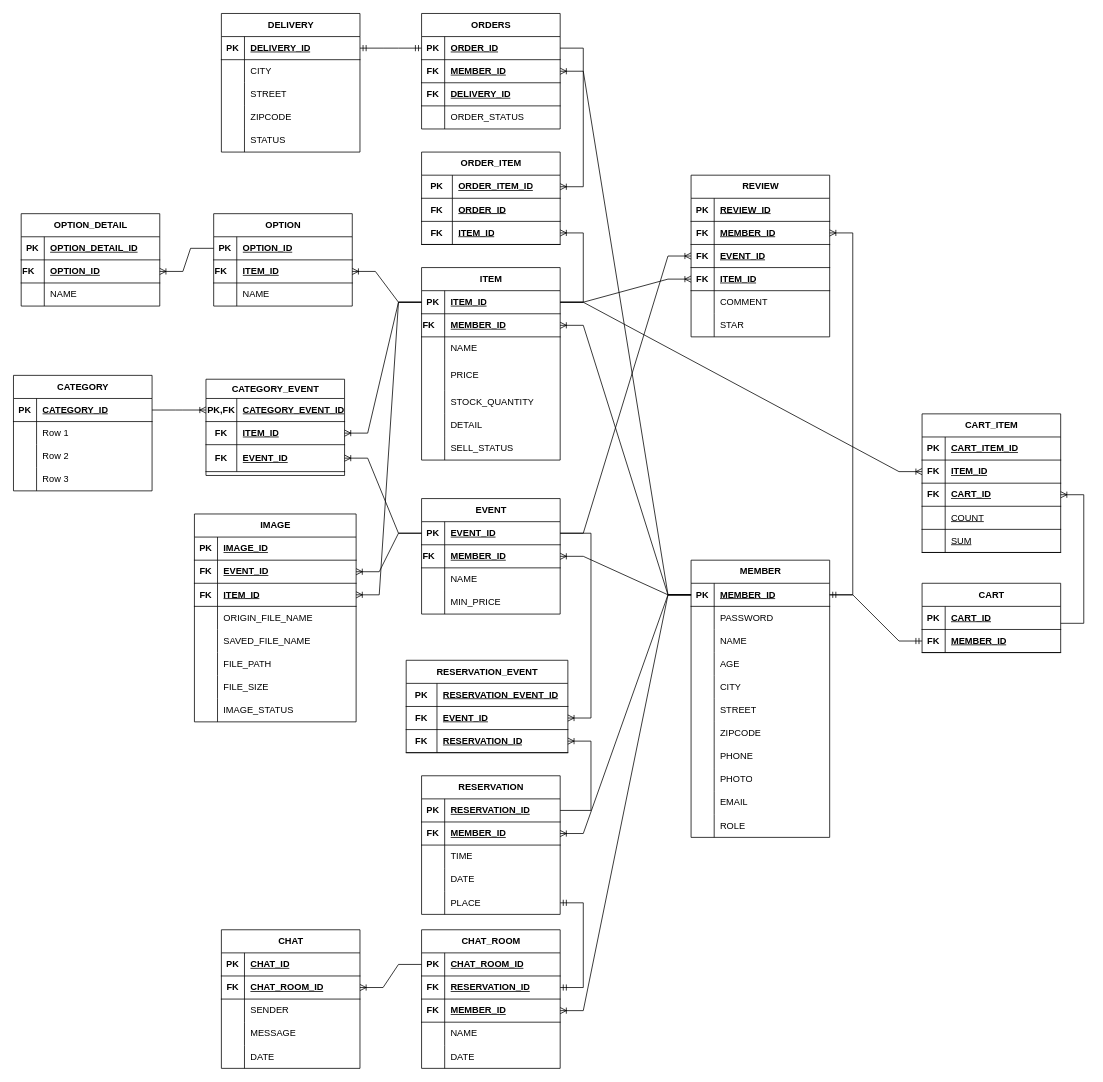
leeheeweon/EventLink keeps this draw.io diagram as EventLinkERD.drawio. Above is the earlier version. Source tidied: cells renumbered, new cells numbered last; positions are measured from the earlier drawing's top-left corner, leaving out a move shared by most shapes. Both pictures are drawn from the tidied source at 77%, with x=0, y=0 at pixel (13, 13).
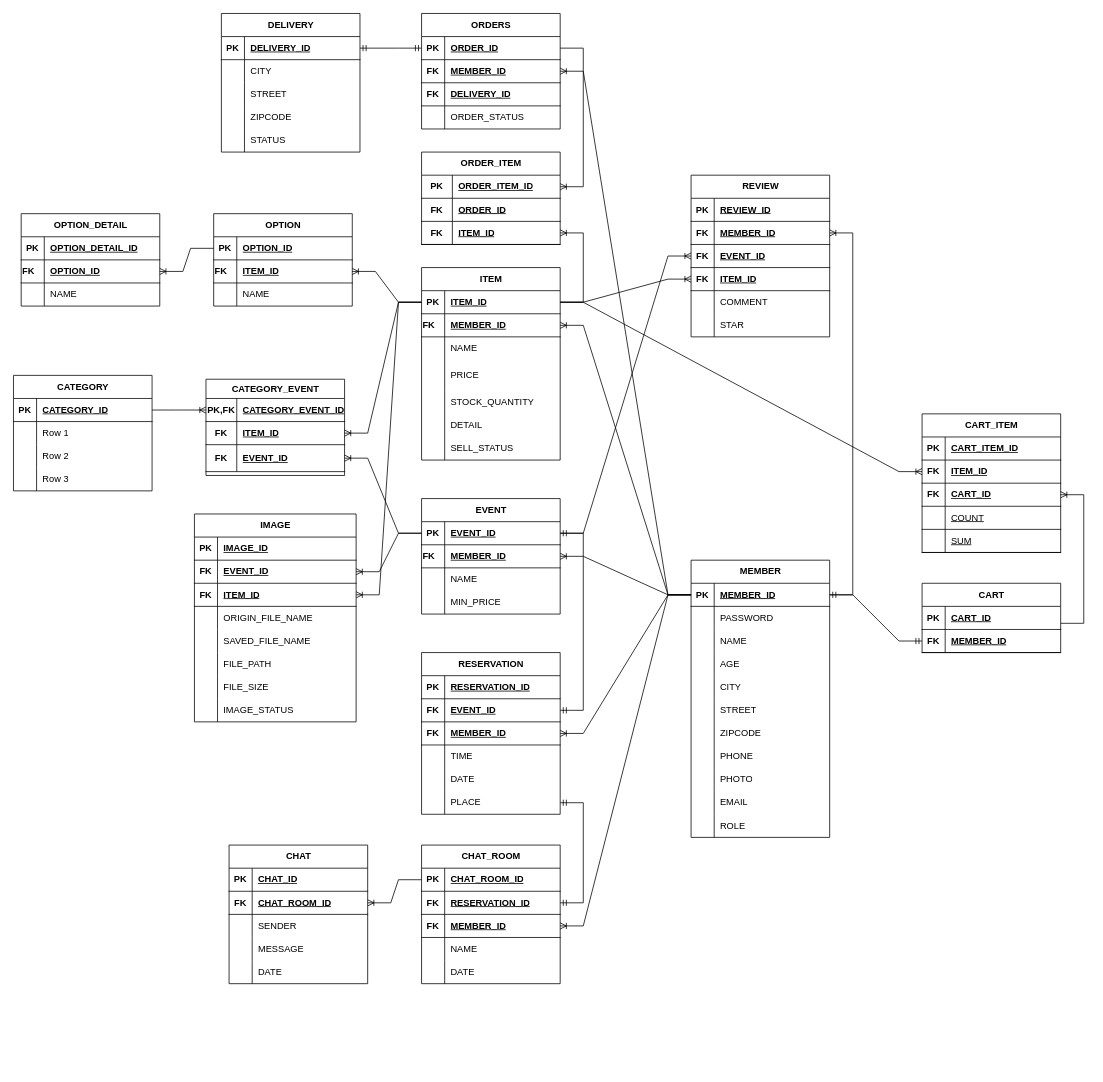
After the change.

Unchanged cells that the change refers to:
```xml
<mxCell id="3" style="shape=tableRow;horizontal=0;startSize=0;swimlaneHead=0;swimlaneBody=0;fillColor=none;points=[[0,0.5],[1,0.5]];portConstraint=eastwest;top=0;left=0;right=0;bottom=1;" parent="2" vertex="1">
  <mxGeometry y="30" width="180" height="30" as="geometry" />
</mxCell>
<mxCell id="59" style="shape=tableRow;horizontal=0;startSize=0;swimlaneHead=0;swimlaneBody=0;fillColor=none;points=[[0,0.5],[1,0.5]];portConstraint=eastwest;top=0;left=0;right=0;bottom=1;" parent="58" vertex="1">
  <mxGeometry y="30" width="180" height="30" as="geometry" />
</mxCell>
<mxCell id="62" style="shape=tableRow;horizontal=0;startSize=0;swimlaneHead=0;swimlaneBody=0;fillColor=none;points=[[0,0.5],[1,0.5]];portConstraint=eastwest;top=0;left=0;right=0;bottom=1;" parent="58" vertex="1">
  <mxGeometry y="60" width="180" height="30" as="geometry" />
</mxCell>
<mxCell id="116" style="shape=tableRow;horizontal=0;startSize=0;swimlaneHead=0;swimlaneBody=0;fillColor=none;points=[[0,0.5],[1,0.5]];portConstraint=eastwest;top=0;left=0;right=0;bottom=1;" parent="115" vertex="1">
  <mxGeometry y="30" width="180" height="30" as="geometry" />
</mxCell>
```

What changed in the source:
```diff
@@
     <mxCell id="58" value="RESERVATION" style="shape=table;startSize=30;childLayout=tableLayout;rowLines=0;fontStyle=1;align=center;html=1;" parent="1" vertex="1">
-      <mxGeometry x="530" y="990" width="180" height="180" as="geometry" />
+      <mxGeometry x="530" y="830" width="180" height="210" as="geometry" />
     </mxCell>
@@
-    <mxCell id="64" value="MEMBER_ID" style="shape=partialRectangle;fillColor=none;top=0;left=0;bottom=0;right=0;align=left;spacingLeft=6;fontStyle=5;overflow=hidden;whiteSpace=wrap;html=1;" parent="62" vertex="1">
+    <mxCell id="64" value="EVENT_ID" style="shape=partialRectangle;fillColor=none;top=0;left=0;bottom=0;right=0;align=left;spacingLeft=6;fontStyle=5;overflow=hidden;whiteSpace=wrap;html=1;" parent="62" vertex="1">
       <mxGeometry x="30" width="150" height="30" as="geometry" />
     </mxCell>
+    <mxCell id="303" style="shape=tableRow;horizontal=0;startSize=0;swimlaneHead=0;swimlaneBody=0;fillColor=none;points=[[0,0.5],[1,0.5]];portConstraint=eastwest;top=0;left=0;right=0;bottom=1;" parent="58" vertex="1">
+      <mxGeometry y="90" width="180" height="30" as="geometry" />
+    </mxCell>
+    <mxCell id="304" value="FK" style="shape=partialRectangle;fillColor=none;top=0;left=0;bottom=0;right=0;fontStyle=1;overflow=hidden;whiteSpace=wrap;html=1;" parent="303" vertex="1">
+      <mxGeometry width="30" height="30" as="geometry" />
+    </mxCell>
+    <mxCell id="305" value="MEMBER_ID" style="shape=partialRectangle;fillColor=none;top=0;left=0;bottom=0;right=0;align=left;spacingLeft=6;fontStyle=5;overflow=hidden;whiteSpace=wrap;html=1;" parent="303" vertex="1">
+      <mxGeometry x="30" width="150" height="30" as="geometry" />
+    </mxCell>
     <mxCell id="65" style="shape=tableRow;horizontal=0;startSize=0;swimlaneHead=0;swimlaneBody=0;fillColor=none;top=0;left=0;right=0;bottom=0;" parent="58" vertex="1">
-      <mxGeometry y="90" width="180" height="30" as="geometry" />
+      <mxGeometry y="120" width="180" height="30" as="geometry" />
     </mxCell>
@@
     <mxCell id="68" style="shape=tableRow;horizontal=0;startSize=0;swimlaneHead=0;swimlaneBody=0;fillColor=none;top=0;left=0;right=0;bottom=0;" parent="58" vertex="1">
-      <mxGeometry y="120" width="180" height="30" as="geometry" />
+      <mxGeometry y="150" width="180" height="30" as="geometry" />
     </mxCell>
@@
     <mxCell id="71" style="shape=tableRow;horizontal=0;startSize=0;swimlaneHead=0;swimlaneBody=0;fillColor=none;points=[[0,0.5],[1,0.5]];portConstraint=eastwest;top=0;left=0;right=0;bottom=0;" parent="58" vertex="1">
-      <mxGeometry y="150" width="180" height="30" as="geometry" />
+      <mxGeometry y="180" width="180" height="30" as="geometry" />
     </mxCell>
@@
-    <mxCell id="76" value="RESERVATION_EVENT" style="shape=table;startSize=30;childLayout=tableLayout;rowLines=0;fontStyle=1;align=center;html=1;" parent="1" vertex="1">
-      <mxGeometry x="510" y="840" width="210" height="120" as="geometry" />
-    </mxCell>
-    <mxCell id="77" style="shape=tableRow;horizontal=0;startSize=0;swimlaneHead=0;swimlaneBody=0;fillColor=none;top=0;left=0;right=0;bottom=1;" parent="76" vertex="1">
-      <mxGeometry y="30" width="210" height="30" as="geometry" />
-    </mxCell>
-    <mxCell id="78" value="PK" style="shape=partialRectangle;fillColor=none;top=0;left=0;bottom=0;right=0;fontStyle=1;overflow=hidden;whiteSpace=wrap;html=1;" parent="77" vertex="1">
-      <mxGeometry width="40" height="30" as="geometry" />
-    </mxCell>
-    <mxCell id="79" value="RESERVATION_EVENT_ID" style="shape=partialRectangle;fillColor=none;top=0;left=0;bottom=0;right=0;align=left;spacingLeft=6;fontStyle=5;overflow=hidden;whiteSpace=wrap;html=1;" parent="77" vertex="1">
-      <mxGeometry x="40" width="170" height="30" as="geometry" />
-    </mxCell>
-    <mxCell id="80" style="shape=tableRow;horizontal=0;startSize=0;swimlaneHead=0;swimlaneBody=0;fillColor=none;points=[[0,0.5],[1,0.5]];portConstraint=eastwest;top=0;left=0;right=0;bottom=1;" parent="76" vertex="1">
-      <mxGeometry y="60" width="210" height="30" as="geometry" />
-    </mxCell>
-    <mxCell id="81" value="FK" style="shape=partialRectangle;fillColor=none;top=0;left=0;bottom=0;right=0;fontStyle=1;overflow=hidden;whiteSpace=wrap;html=1;" parent="80" vertex="1">
-      <mxGeometry width="40" height="30" as="geometry" />
-    </mxCell>
-    <mxCell id="82" value="EVENT_ID" style="shape=partialRectangle;fillColor=none;top=0;left=0;bottom=0;right=0;align=left;spacingLeft=6;fontStyle=5;overflow=hidden;whiteSpace=wrap;html=1;" parent="80" vertex="1">
-      <mxGeometry x="40" width="170" height="30" as="geometry" />
-    </mxCell>
-    <mxCell id="83" style="shape=tableRow;horizontal=0;startSize=0;swimlaneHead=0;swimlaneBody=0;fillColor=none;points=[[0,0.5],[1,0.5]];portConstraint=eastwest;top=0;left=0;right=0;bottom=1;" parent="76" vertex="1">
-      <mxGeometry y="90" width="210" height="30" as="geometry" />
-    </mxCell>
-    <mxCell id="84" value="FK" style="shape=partialRectangle;fillColor=none;top=0;left=0;bottom=0;right=0;fontStyle=1;overflow=hidden;whiteSpace=wrap;html=1;" parent="83" vertex="1">
-      <mxGeometry width="40" height="30" as="geometry" />
-    </mxCell>
-    <mxCell id="85" value="RESERVATION_ID" style="shape=partialRectangle;fillColor=none;top=0;left=0;bottom=0;right=0;align=left;spacingLeft=6;fontStyle=5;overflow=hidden;whiteSpace=wrap;html=1;" parent="83" vertex="1">
-      <mxGeometry x="40" width="170" height="30" as="geometry" />
-    </mxCell>
-    <mxCell id="86" style="edgeStyle=entityRelationEdgeStyle;fontSize=12;html=1;endArrow=ERoneToMany;rounded=0;" parent="1" edge="1" source="3" target="80">
-      <mxGeometry relative="1" as="geometry" />
-    </mxCell>
-    <mxCell id="87" style="edgeStyle=entityRelationEdgeStyle;fontSize=12;html=1;endArrow=ERoneToMany;rounded=0;" parent="1" edge="1" source="116" target="62">
+    <mxCell id="87" style="edgeStyle=entityRelationEdgeStyle;fontSize=12;html=1;endArrow=ERoneToMany;rounded=0;" parent="1" edge="1" source="116" target="303">
       <mxGeometry relative="1" as="geometry" />
     </mxCell>
@@
     <mxCell id="247" value="CHAT_ROOM" style="shape=table;startSize=30;childLayout=tableLayout;rowLines=0;fontStyle=1;align=center;html=1;" parent="1" vertex="1">
-      <mxGeometry x="530" y="1190" width="180" height="180" as="geometry" />
+      <mxGeometry x="530" y="1080" width="180" height="180" as="geometry" />
     </mxCell>
@@
     <mxCell id="265" value="CHAT" style="shape=table;startSize=30;childLayout=tableLayout;rowLines=0;fontStyle=1;align=center;html=1;" parent="1" vertex="1">
-      <mxGeometry x="270" y="1190" width="180" height="180" as="geometry" />
+      <mxGeometry x="280" y="1080" width="180" height="180" as="geometry" />
     </mxCell>
@@
-    <mxCell id="282" style="edgeStyle=entityRelationEdgeStyle;fontSize=12;html=1;endArrow=ERoneToMany;rounded=0;" parent="1" edge="1" source="59" target="83">
-      <mxGeometry relative="1" as="geometry" />
-    </mxCell>
@@
+    <mxCell id="306" style="edgeStyle=entityRelationEdgeStyle;fontSize=12;html=1;endArrow=ERmandOne;startArrow=ERmandOne;rounded=0;" parent="1" edge="1" source="62" target="3">
+      <mxGeometry relative="1" as="geometry" />
+    </mxCell>
```
